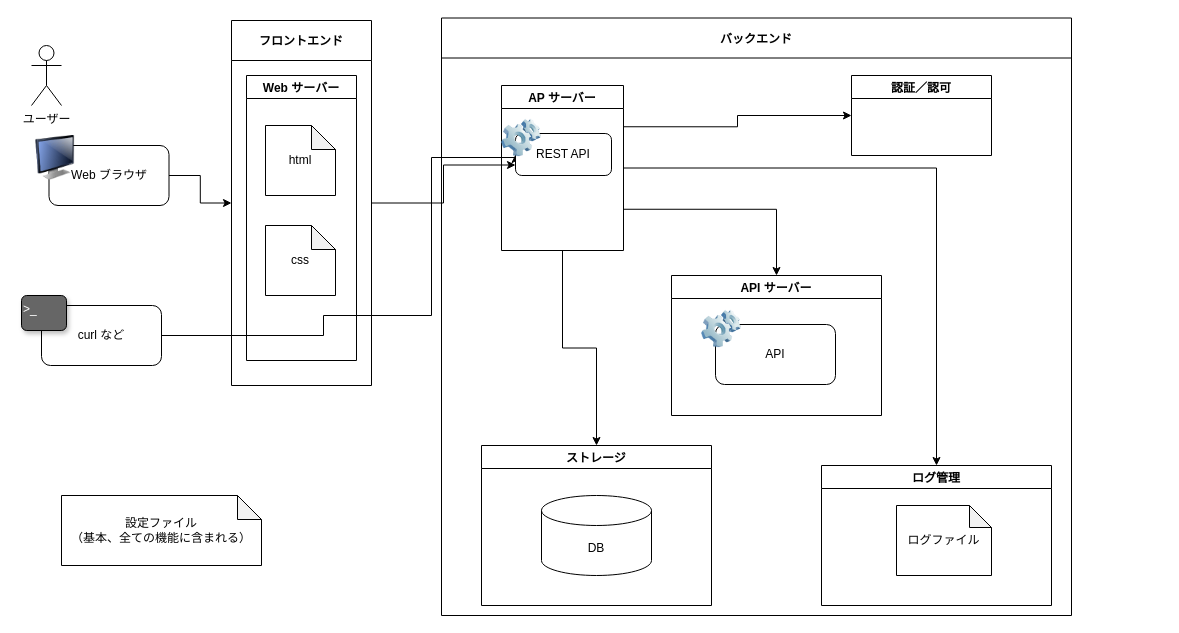
The draw.io diagram images/birds-eye-view.drawio in peregrin8alde/learn-webapp, before the edit. Source tidied: cells renumbered, new cells numbered last; positions are measured from the earlier drawing's top-left corner, leaving out a move shared by most shapes. Both pictures are drawn from the tidied source at 100%, with x=0, y=0 at pixel (21, 17).
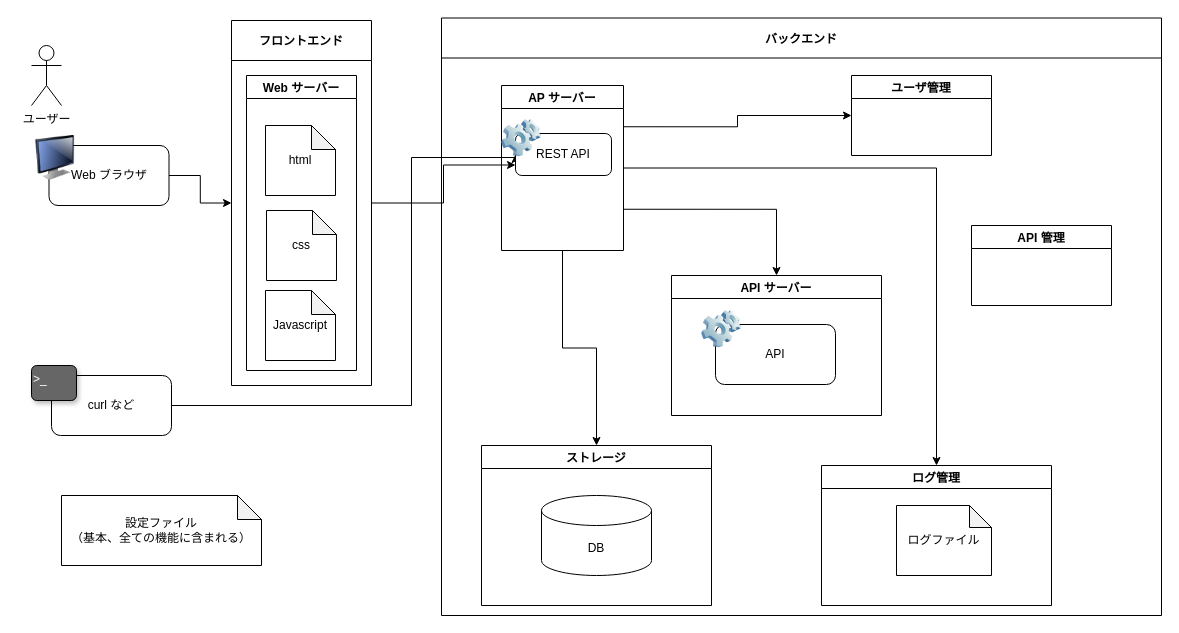
After the change.

Unchanged cells that the change refers to:
```xml
<mxCell id="9" value="curl など" style="rounded=1;whiteSpace=wrap;html=1;sketch=0;gradientDirection=south;fillColor=#FFFFFF;" parent="8" vertex="1">
  <mxGeometry x="20" y="10" width="120" height="60" as="geometry" />
</mxCell>
<mxCell id="13" value="フロントエンド" style="swimlane;align=center;startSize=40;" parent="1" vertex="1">
  <mxGeometry x="210" y="3" width="140" height="365" as="geometry" />
</mxCell>
<mxCell id="22" value="REST API" style="rounded=1;whiteSpace=wrap;html=1;align=center;" parent="21" vertex="1">
  <mxGeometry x="14" y="18" width="96" height="42" as="geometry" />
</mxCell>
```

Change to the diagram source:
```diff
@@
     <mxCell id="8" style="group;" parent="1" vertex="1">
-      <mxGeometry y="278" width="140" height="70" as="geometry" />
+      <mxGeometry x="10" y="348" width="140" height="70" as="geometry" />
     </mxCell>
@@
     <mxCell id="11" style="edgeStyle=orthogonalEdgeStyle;rounded=0;jettySize=auto;html=1;exitX=1;exitY=0.5;exitDx=0;exitDy=0;entryX=0;entryY=0.5;entryDx=0;entryDy=0;" parent="1" edge="1" source="9" target="22">
       <mxGeometry relative="1" as="geometry">
         <Array as="points">
-          <mxPoint x="302" y="318" />
-          <mxPoint x="302" y="298" />
-          <mxPoint x="410" y="298" />
-          <mxPoint x="410" y="140" />
+          <mxPoint x="390" y="388" />
+          <mxPoint x="390" y="140" />
+          <mxPoint x="494" y="140" />
         </Array>
       </mxGeometry>
     </mxCell>
@@
     <mxCell id="14" value="Web サーバー" style="swimlane;align=center;" parent="13" vertex="1">
-      <mxGeometry x="15" y="55" width="110" height="285" as="geometry" />
+      <mxGeometry x="15" y="55" width="110" height="295" as="geometry" />
     </mxCell>
@@
     <mxCell id="16" value="css" style="shape=note;whiteSpace=wrap;html=1;backgroundOutline=1;darkOpacity=0.05;size=24;" parent="14" vertex="1">
-      <mxGeometry x="19" y="150" width="70" height="70" as="geometry" />
+      <mxGeometry x="20" y="135" width="70" height="70" as="geometry" />
     </mxCell>
+    <mxCell id="35" value="Javascript" style="shape=note;whiteSpace=wrap;html=1;backgroundOutline=1;darkOpacity=0.05;size=24;" parent="14" vertex="1">
+      <mxGeometry x="19" y="215" width="70" height="70" as="geometry" />
+    </mxCell>
     <mxCell id="17" value="バックエンド" style="swimlane;align=center;startSize=40;" parent="1" vertex="1">
-      <mxGeometry x="420" y="0.5" width="630" height="597.5" as="geometry" />
+      <mxGeometry x="420" y="0.5" width="720" height="597.5" as="geometry" />
     </mxCell>
@@
-    <mxCell id="34" value="認証／認可" style="swimlane;align=center;" parent="17" vertex="1">
+    <mxCell id="34" value="ユーザ管理" style="swimlane;align=center;" parent="17" vertex="1">
       <mxGeometry x="410" y="57.5" width="140" height="80" as="geometry" />
     </mxCell>
+    <mxCell id="36" value="API 管理" style="swimlane;align=center;" parent="17" vertex="1">
+      <mxGeometry x="530" y="207.5" width="140" height="80" as="geometry" />
+    </mxCell>
```
